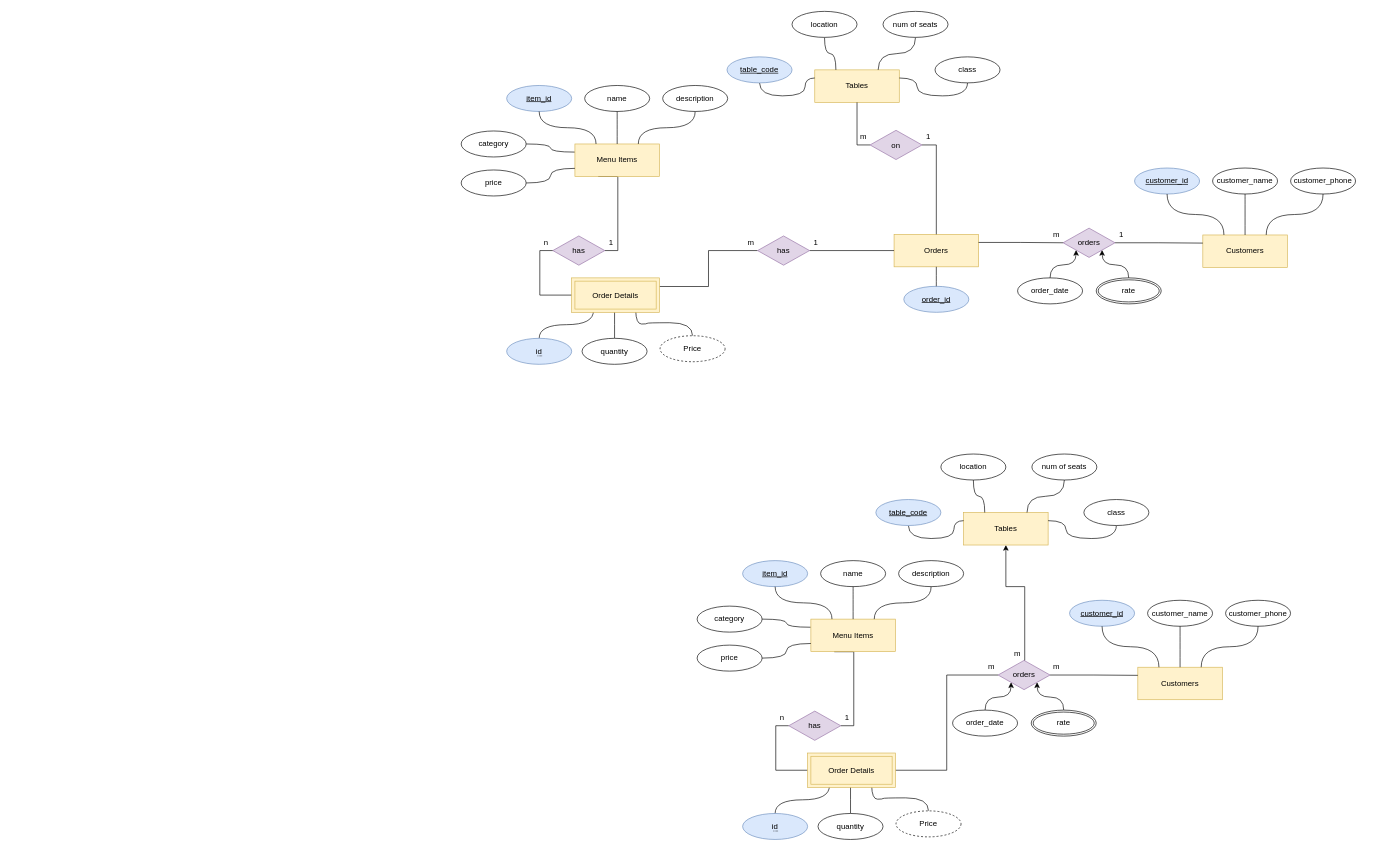
This is ER_diagram.drawio from Mohammed-Abed-Alkareem/Restaurant-Management, a draw.io file, before an edit. Source tidied: cells renumbered, new cells numbered last; positions are measured from the earlier drawing's top-left corner, leaving out a move shared by most shapes. Both pictures are drawn from the tidied source at 65%, with x=0, y=0 at pixel (461, 11).
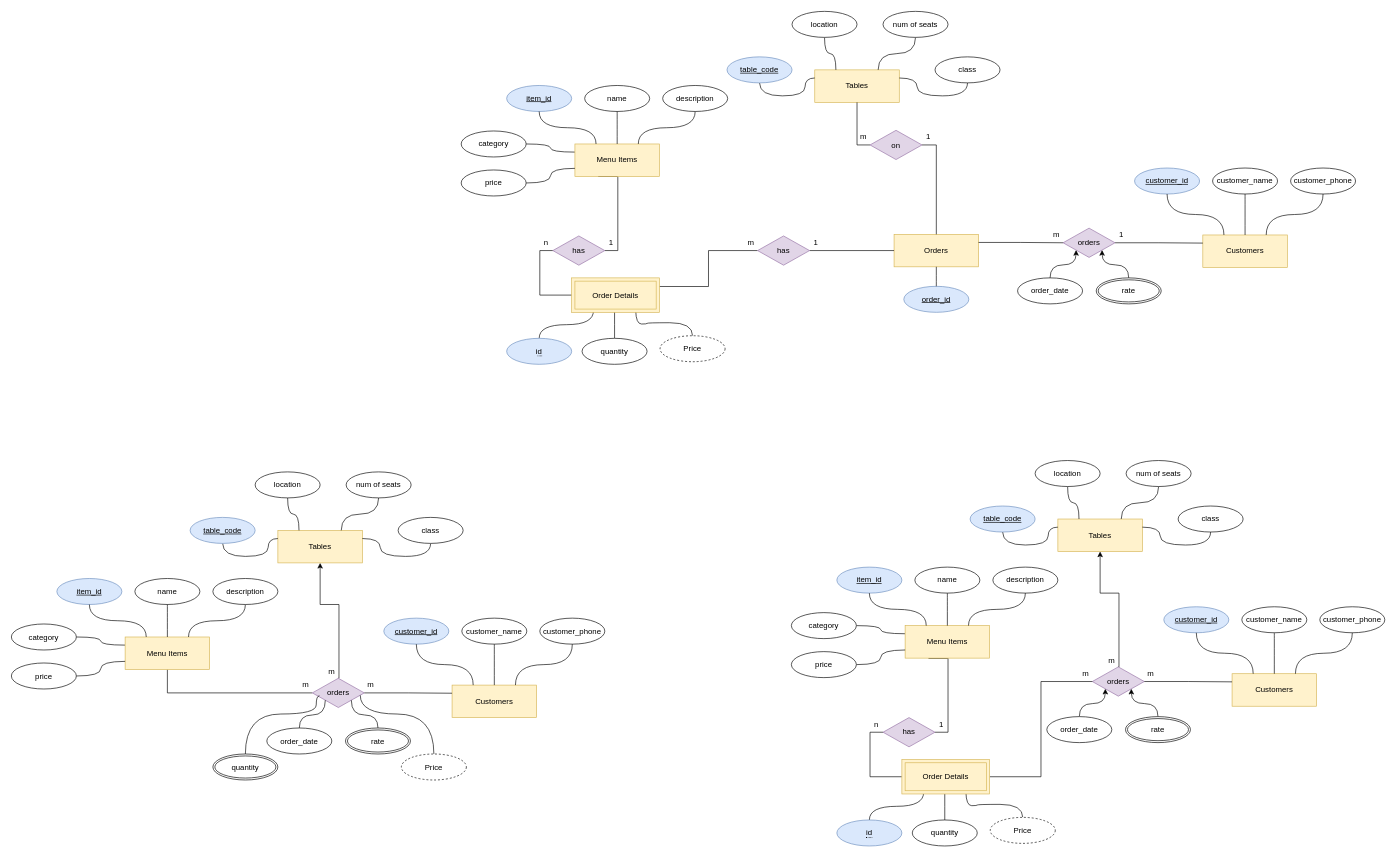
After the change.

What changed in the source:
```diff
@@
     <mxCell id="63" value="Customers" style="whiteSpace=wrap;html=1;align=center;fillColor=#fff2cc;strokeColor=#d6b656;" parent="1" vertex="1">
-      <mxGeometry x="1041" y="1009" width="130" height="50" as="geometry" />
+      <mxGeometry x="1186" y="1019" width="130" height="50" as="geometry" />
     </mxCell>
     <mxCell id="64" value="customer_id" style="ellipse;whiteSpace=wrap;html=1;align=center;fontStyle=4;fillColor=#dae8fc;strokeColor=#6c8ebf;" parent="1" vertex="1">
-      <mxGeometry x="936" y="906" width="100" height="40" as="geometry" />
+      <mxGeometry x="1081" y="916" width="100" height="40" as="geometry" />
     </mxCell>
     <mxCell id="65" value="customer_name" style="ellipse;whiteSpace=wrap;html=1;align=center;" parent="1" vertex="1">
-      <mxGeometry x="1056" y="906" width="100" height="40" as="geometry" />
+      <mxGeometry x="1201" y="916" width="100" height="40" as="geometry" />
     </mxCell>
     <mxCell id="66" value="customer_phone" style="ellipse;whiteSpace=wrap;html=1;align=center;" parent="1" vertex="1">
-      <mxGeometry x="1176" y="906" width="100" height="40" as="geometry" />
+      <mxGeometry x="1321" y="916" width="100" height="40" as="geometry" />
     </mxCell>
@@
     <mxCell id="70" style="edgeStyle=orthogonalEdgeStyle;rounded=0;jettySize=auto;html=1;exitX=0.5;exitY=0;exitDx=0;exitDy=0;entryX=0.5;entryY=1;entryDx=0;entryDy=0;" parent="1" edge="1" source="71" target="99">
       <mxGeometry relative="1" as="geometry">
         <Array as="points">
-          <mxPoint x="867" y="885" />
-          <mxPoint x="838" y="885" />
+          <mxPoint x="1012" y="895" />
+          <mxPoint x="983" y="895" />
         </Array>
       </mxGeometry>
     </mxCell>
     <mxCell id="71" value="orders" style="shape=rhombus;perimeter=rhombusPerimeter;whiteSpace=wrap;html=1;align=center;fillColor=#e1d5e7;strokeColor=#9673a6;" parent="1" vertex="1">
-      <mxGeometry x="826" y="998.5" width="80" height="45" as="geometry" />
+      <mxGeometry x="971" y="1008.5" width="80" height="45" as="geometry" />
     </mxCell>
@@
     <mxCell id="74" value="m" style="text;html=1;strokeColor=none;fillColor=none;align=center;verticalAlign=middle;whiteSpace=wrap;rounded=0;" parent="1" vertex="1">
-      <mxGeometry x="906" y="998.5" width="20" height="20" as="geometry" />
+      <mxGeometry x="1051" y="1008.5" width="20" height="20" as="geometry" />
     </mxCell>
     <mxCell id="75" value="m" style="text;html=1;strokeColor=none;fillColor=none;align=center;verticalAlign=middle;whiteSpace=wrap;rounded=0;" parent="1" vertex="1">
-      <mxGeometry x="846" y="978.5" width="20" height="20" as="geometry" />
+      <mxGeometry x="991" y="988.5" width="20" height="20" as="geometry" />
     </mxCell>
@@
     <mxCell id="77" style="edgeStyle=orthogonalEdgeStyle;rounded=0;jettySize=auto;html=1;exitX=0.5;exitY=0;exitDx=0;exitDy=0;entryX=0.25;entryY=1;entryDx=0;entryDy=0;curved=1;endArrow=none;endFill=0;" parent="1" edge="1" source="110">
       <mxGeometry relative="1" as="geometry">
-        <mxPoint x="566.5" y="1191" as="targetPoint" />
+        <mxPoint x="711.5" y="1201" as="targetPoint" />
       </mxGeometry>
     </mxCell>
     <mxCell id="78" style="edgeStyle=orthogonalEdgeStyle;rounded=0;jettySize=auto;html=1;exitX=0.5;exitY=0;exitDx=0;exitDy=0;entryX=0.5;entryY=1;entryDx=0;entryDy=0;endArrow=none;endFill=0;" parent="1" edge="1" source="79">
       <mxGeometry relative="1" as="geometry">
-        <mxPoint x="599" y="1191" as="targetPoint" />
+        <mxPoint x="744" y="1201" as="targetPoint" />
       </mxGeometry>
     </mxCell>
     <mxCell id="79" value="quantity" style="ellipse;whiteSpace=wrap;html=1;align=center;" parent="1" vertex="1">
-      <mxGeometry x="549" y="1234" width="100" height="40" as="geometry" />
+      <mxGeometry x="694" y="1244" width="100" height="40" as="geometry" />
     </mxCell>
     <mxCell id="80" style="edgeStyle=orthogonalEdgeStyle;rounded=0;jettySize=auto;html=1;exitX=0.5;exitY=0;exitDx=0;exitDy=0;entryX=0.75;entryY=1;entryDx=0;entryDy=0;curved=1;endArrow=none;endFill=0;" parent="1" edge="1" source="81">
       <mxGeometry relative="1" as="geometry">
-        <mxPoint x="631.5" y="1191" as="targetPoint" />
+        <mxPoint x="776.5" y="1201" as="targetPoint" />
       </mxGeometry>
     </mxCell>
     <mxCell id="81" value="Price" style="ellipse;whiteSpace=wrap;html=1;align=center;dashed=1;" parent="1" vertex="1">
-      <mxGeometry x="669" y="1230" width="100" height="40" as="geometry" />
+      <mxGeometry x="814" y="1240" width="100" height="40" as="geometry" />
     </mxCell>
@@
     <mxCell id="83" style="edgeStyle=orthogonalEdgeStyle;rounded=0;jettySize=auto;html=1;exitX=0.5;exitY=1;exitDx=0;exitDy=0;entryX=1;entryY=0.5;entryDx=0;entryDy=0;endArrow=none;endFill=0;" parent="1" edge="1" source="84" target="90">
       <mxGeometry relative="1" as="geometry">
         <Array as="points">
-          <mxPoint x="574" y="985" />
-          <mxPoint x="604" y="985" />
-          <mxPoint x="604" y="1099" />
+          <mxPoint x="719" y="995" />
+          <mxPoint x="749" y="995" />
+          <mxPoint x="749" y="1109" />
         </Array>
       </mxGeometry>
     </mxCell>
     <mxCell id="84" value="Menu Items" style="whiteSpace=wrap;html=1;align=center;fillColor=#fff2cc;strokeColor=#d6b656;" parent="1" vertex="1">
-      <mxGeometry x="538" y="935" width="130" height="50" as="geometry" />
+      <mxGeometry x="683" y="945" width="130" height="50" as="geometry" />
     </mxCell>
     <mxCell id="85" value="item_id" style="ellipse;whiteSpace=wrap;html=1;align=center;fontStyle=4;fillColor=#dae8fc;strokeColor=#6c8ebf;" parent="1" vertex="1">
-      <mxGeometry x="433" y="845" width="100" height="40" as="geometry" />
+      <mxGeometry x="578" y="855" width="100" height="40" as="geometry" />
     </mxCell>
     <mxCell id="86" value="name" style="ellipse;whiteSpace=wrap;html=1;align=center;" parent="1" vertex="1">
-      <mxGeometry x="553" y="845" width="100" height="40" as="geometry" />
+      <mxGeometry x="698" y="855" width="100" height="40" as="geometry" />
     </mxCell>
@@
     <mxCell id="90" value="has" style="shape=rhombus;perimeter=rhombusPerimeter;whiteSpace=wrap;html=1;align=center;fillColor=#e1d5e7;strokeColor=#9673a6;" parent="1" vertex="1">
-      <mxGeometry x="504" y="1076.5" width="80" height="45" as="geometry" />
+      <mxGeometry x="649" y="1086.5" width="80" height="45" as="geometry" />
     </mxCell>
     <mxCell id="91" value="1" style="text;html=1;strokeColor=none;fillColor=none;align=center;verticalAlign=middle;whiteSpace=wrap;rounded=0;" parent="1" vertex="1">
-      <mxGeometry x="584" y="1076.5" width="20" height="20" as="geometry" />
+      <mxGeometry x="729" y="1086.5" width="20" height="20" as="geometry" />
     </mxCell>
     <mxCell id="92" value="n" style="text;html=1;strokeColor=none;fillColor=none;align=center;verticalAlign=middle;whiteSpace=wrap;rounded=0;" parent="1" vertex="1">
-      <mxGeometry x="484" y="1076.5" width="20" height="20" as="geometry" />
+      <mxGeometry x="629" y="1086.5" width="20" height="20" as="geometry" />
     </mxCell>
     <mxCell id="93" value="description" style="ellipse;whiteSpace=wrap;html=1;align=center;" parent="1" vertex="1">
-      <mxGeometry x="673" y="845" width="100" height="40" as="geometry" />
+      <mxGeometry x="818" y="855" width="100" height="40" as="geometry" />
     </mxCell>
     <mxCell id="94" value="category" style="ellipse;whiteSpace=wrap;html=1;align=center;" parent="1" vertex="1">
-      <mxGeometry x="363" y="915" width="100" height="40" as="geometry" />
+      <mxGeometry x="508" y="925" width="100" height="40" as="geometry" />
     </mxCell>
@@
     <mxCell id="96" value="price" style="ellipse;whiteSpace=wrap;html=1;align=center;" parent="1" vertex="1">
-      <mxGeometry x="363" y="975" width="100" height="40" as="geometry" />
+      <mxGeometry x="508" y="985" width="100" height="40" as="geometry" />
     </mxCell>
@@
     <mxCell id="98" value="order_date" style="ellipse;whiteSpace=wrap;html=1;align=center;" parent="1" vertex="1">
-      <mxGeometry x="756" y="1075" width="100" height="40" as="geometry" />
+      <mxGeometry x="901" y="1085" width="100" height="40" as="geometry" />
     </mxCell>
     <mxCell id="99" value="Tables" style="whiteSpace=wrap;html=1;align=center;fillColor=#fff2cc;strokeColor=#d6b656;" parent="1" vertex="1">
-      <mxGeometry x="773" y="771" width="130" height="50" as="geometry" />
+      <mxGeometry x="918" y="781" width="130" height="50" as="geometry" />
     </mxCell>
@@
     <mxCell id="101" value="table_code" style="ellipse;whiteSpace=wrap;html=1;align=center;fontStyle=4;fillColor=#dae8fc;strokeColor=#6c8ebf;" parent="1" vertex="1">
-      <mxGeometry x="638" y="751" width="100" height="40" as="geometry" />
+      <mxGeometry x="783" y="761" width="100" height="40" as="geometry" />
     </mxCell>
@@
     <mxCell id="103" value="location" style="ellipse;whiteSpace=wrap;html=1;align=center;" parent="1" vertex="1">
-      <mxGeometry x="738" y="681" width="100" height="40" as="geometry" />
+      <mxGeometry x="883" y="691" width="100" height="40" as="geometry" />
     </mxCell>
@@
     <mxCell id="105" value="num of seats" style="ellipse;whiteSpace=wrap;html=1;align=center;" parent="1" vertex="1">
-      <mxGeometry x="878" y="681" width="100" height="40" as="geometry" />
+      <mxGeometry x="1023" y="691" width="100" height="40" as="geometry" />
     </mxCell>
@@
     <mxCell id="107" value="class" style="ellipse;whiteSpace=wrap;html=1;align=center;" parent="1" vertex="1">
-      <mxGeometry x="958" y="751" width="100" height="40" as="geometry" />
+      <mxGeometry x="1103" y="761" width="100" height="40" as="geometry" />
     </mxCell>
     <mxCell id="108" value="m" style="text;html=1;strokeColor=none;fillColor=none;align=center;verticalAlign=middle;whiteSpace=wrap;rounded=0;" parent="1" vertex="1">
-      <mxGeometry x="806" y="998.5" width="20" height="20" as="geometry" />
+      <mxGeometry x="951" y="1008.5" width="20" height="20" as="geometry" />
     </mxCell>
     <mxCell id="109" value="Order Details" style="shape=ext;margin=3;double=1;whiteSpace=wrap;html=1;align=center;fillColor=#fff2cc;strokeColor=#d6b656;" parent="1" vertex="1">
-      <mxGeometry x="533" y="1141" width="135" height="53" as="geometry" />
+      <mxGeometry x="678" y="1151" width="135" height="53" as="geometry" />
     </mxCell>
     <mxCell id="110" value="&lt;span style=&quot;border-bottom: 1px dotted&quot;&gt;id&lt;/span&gt;" style="ellipse;whiteSpace=wrap;html=1;align=center;fillColor=#dae8fc;strokeColor=#6c8ebf;" parent="1" vertex="1">
-      <mxGeometry x="433" y="1234" width="100" height="40" as="geometry" />
+      <mxGeometry x="578" y="1244" width="100" height="40" as="geometry" />
     </mxCell>
@@
     <mxCell id="112" value="rate" style="ellipse;shape=doubleEllipse;margin=3;whiteSpace=wrap;html=1;align=center;" parent="1" vertex="1">
-      <mxGeometry x="877" y="1075" width="100" height="40" as="geometry" />
+      <mxGeometry x="1022" y="1085" width="100" height="40" as="geometry" />
     </mxCell>
+    <mxCell id="113" value="Customers" style="whiteSpace=wrap;html=1;align=center;fillColor=#fff2cc;strokeColor=#d6b656;" parent="1" vertex="1">
+      <mxGeometry x="-14" y="1036.5" width="130" height="50" as="geometry" />
+    </mxCell>
+    <mxCell id="114" value="customer_id" style="ellipse;whiteSpace=wrap;html=1;align=center;fontStyle=4;fillColor=#dae8fc;strokeColor=#6c8ebf;" parent="1" vertex="1">
+      <mxGeometry x="-119" y="933.5" width="100" height="40" as="geometry" />
+    </mxCell>
+    <mxCell id="115" value="customer_name" style="ellipse;whiteSpace=wrap;html=1;align=center;" parent="1" vertex="1">
+      <mxGeometry x="1" y="933.5" width="100" height="40" as="geometry" />
+    </mxCell>
+    <mxCell id="116" value="customer_phone" style="ellipse;whiteSpace=wrap;html=1;align=center;" parent="1" vertex="1">
+      <mxGeometry x="121" y="933.5" width="100" height="40" as="geometry" />
+    </mxCell>
+    <mxCell id="117" style="endArrow=none;html=1;rounded=0;exitX=0.5;exitY=1;exitDx=0;exitDy=0;entryX=0.25;entryY=0;entryDx=0;entryDy=0;edgeStyle=orthogonalEdgeStyle;curved=1;" parent="1" edge="1" source="114" target="113">
+      <mxGeometry relative="1" as="geometry" />
+    </mxCell>
+    <mxCell id="118" style="endArrow=none;html=1;rounded=0;exitX=0.5;exitY=1;exitDx=0;exitDy=0;entryX=0.5;entryY=0;entryDx=0;entryDy=0;edgeStyle=orthogonalEdgeStyle;curved=1;" parent="1" edge="1" source="115" target="113">
+      <mxGeometry relative="1" as="geometry" />
+    </mxCell>
+    <mxCell id="119" style="endArrow=none;html=1;rounded=0;exitX=0.5;exitY=1;exitDx=0;exitDy=0;entryX=0.75;entryY=0;entryDx=0;entryDy=0;edgeStyle=orthogonalEdgeStyle;curved=1;" parent="1" edge="1" source="116" target="113">
+      <mxGeometry relative="1" as="geometry" />
+    </mxCell>
+    <mxCell id="120" style="edgeStyle=orthogonalEdgeStyle;rounded=0;jettySize=auto;html=1;exitX=0.5;exitY=0;exitDx=0;exitDy=0;entryX=0.5;entryY=1;entryDx=0;entryDy=0;" parent="1" edge="1" source="122" target="140">
+      <mxGeometry relative="1" as="geometry">
+        <Array as="points">
+          <mxPoint x="-188" y="912.5" />
+          <mxPoint x="-217" y="912.5" />
+        </Array>
+      </mxGeometry>
+    </mxCell>
+    <mxCell id="121" style="edgeStyle=orthogonalEdgeStyle;rounded=0;jettySize=auto;html=1;exitX=0;exitY=0.5;exitDx=0;exitDy=0;entryX=0.5;entryY=1;entryDx=0;entryDy=0;endArrow=none;endFill=0;" parent="1" edge="1" source="122" target="128">
+      <mxGeometry relative="1" as="geometry" />
+    </mxCell>
+    <mxCell id="122" value="orders" style="shape=rhombus;perimeter=rhombusPerimeter;whiteSpace=wrap;html=1;align=center;fillColor=#e1d5e7;strokeColor=#9673a6;" parent="1" vertex="1">
+      <mxGeometry x="-229" y="1026" width="80" height="45" as="geometry" />
+    </mxCell>
+    <mxCell id="123" style="endArrow=none;html=1;rounded=0;entryX=0;entryY=0.25;entryDx=0;entryDy=0;exitX=1;exitY=0.5;exitDx=0;exitDy=0;edgeStyle=orthogonalEdgeStyle;" parent="1" edge="1" source="122" target="113">
+      <mxGeometry relative="1" as="geometry" />
+    </mxCell>
+    <mxCell id="124" value="m" style="text;html=1;strokeColor=none;fillColor=none;align=center;verticalAlign=middle;whiteSpace=wrap;rounded=0;" parent="1" vertex="1">
+      <mxGeometry x="-149" y="1026" width="20" height="20" as="geometry" />
+    </mxCell>
+    <mxCell id="125" value="m" style="text;html=1;strokeColor=none;fillColor=none;align=center;verticalAlign=middle;whiteSpace=wrap;rounded=0;" parent="1" vertex="1">
+      <mxGeometry x="-209" y="1006" width="20" height="20" as="geometry" />
+    </mxCell>
+    <mxCell id="126" value="Price" style="ellipse;whiteSpace=wrap;html=1;align=center;dashed=1;" parent="1" vertex="1">
+      <mxGeometry x="-92" y="1142.5" width="100" height="40" as="geometry" />
+    </mxCell>
+    <mxCell id="127" style="edgeStyle=orthogonalEdgeStyle;rounded=0;jettySize=auto;html=1;exitX=0;exitY=0.25;exitDx=0;exitDy=0;entryX=1;entryY=0.5;entryDx=0;entryDy=0;curved=1;endArrow=none;endFill=0;" parent="1" edge="1" source="128" target="135">
+      <mxGeometry relative="1" as="geometry" />
+    </mxCell>
+    <mxCell id="128" value="Menu Items" style="whiteSpace=wrap;html=1;align=center;fillColor=#fff2cc;strokeColor=#d6b656;" parent="1" vertex="1">
+      <mxGeometry x="-517" y="962.5" width="130" height="50" as="geometry" />
+    </mxCell>
+    <mxCell id="129" value="item_id" style="ellipse;whiteSpace=wrap;html=1;align=center;fontStyle=4;fillColor=#dae8fc;strokeColor=#6c8ebf;" parent="1" vertex="1">
+      <mxGeometry x="-622" y="872.5" width="100" height="40" as="geometry" />
+    </mxCell>
+    <mxCell id="130" value="name" style="ellipse;whiteSpace=wrap;html=1;align=center;" parent="1" vertex="1">
+      <mxGeometry x="-502" y="872.5" width="100" height="40" as="geometry" />
+    </mxCell>
+    <mxCell id="131" style="endArrow=none;html=1;rounded=0;exitX=0.5;exitY=1;exitDx=0;exitDy=0;entryX=0.25;entryY=0;entryDx=0;entryDy=0;edgeStyle=orthogonalEdgeStyle;curved=1;" parent="1" edge="1" source="129" target="128">
+      <mxGeometry relative="1" as="geometry" />
+    </mxCell>
+    <mxCell id="132" style="endArrow=none;html=1;rounded=0;exitX=0.5;exitY=1;exitDx=0;exitDy=0;entryX=0.5;entryY=0;entryDx=0;entryDy=0;edgeStyle=orthogonalEdgeStyle;curved=1;" parent="1" edge="1" source="130" target="128">
+      <mxGeometry relative="1" as="geometry" />
+    </mxCell>
+    <mxCell id="133" style="endArrow=none;html=1;rounded=0;exitX=0.5;exitY=1;exitDx=0;exitDy=0;entryX=0.75;entryY=0;entryDx=0;entryDy=0;edgeStyle=orthogonalEdgeStyle;curved=1;" parent="1" edge="1" source="134" target="128">
+      <mxGeometry relative="1" as="geometry" />
+    </mxCell>
+    <mxCell id="134" value="description" style="ellipse;whiteSpace=wrap;html=1;align=center;" parent="1" vertex="1">
+      <mxGeometry x="-382" y="872.5" width="100" height="40" as="geometry" />
+    </mxCell>
+    <mxCell id="135" value="category" style="ellipse;whiteSpace=wrap;html=1;align=center;" parent="1" vertex="1">
+      <mxGeometry x="-692" y="942.5" width="100" height="40" as="geometry" />
+    </mxCell>
+    <mxCell id="136" style="edgeStyle=orthogonalEdgeStyle;rounded=0;jettySize=auto;html=1;exitX=1;exitY=0.5;exitDx=0;exitDy=0;entryX=0;entryY=0.75;entryDx=0;entryDy=0;curved=1;endArrow=none;endFill=0;" parent="1" edge="1" source="137" target="128">
+      <mxGeometry relative="1" as="geometry" />
+    </mxCell>
+    <mxCell id="137" value="price" style="ellipse;whiteSpace=wrap;html=1;align=center;" parent="1" vertex="1">
+      <mxGeometry x="-692" y="1002.5" width="100" height="40" as="geometry" />
+    </mxCell>
+    <mxCell id="138" style="edgeStyle=orthogonalEdgeStyle;rounded=0;jettySize=auto;html=1;exitX=0.5;exitY=0;exitDx=0;exitDy=0;entryX=0;entryY=1;entryDx=0;entryDy=0;curved=1;endArrow=none;endFill=0;" parent="1" edge="1" source="139" target="122">
+      <mxGeometry relative="1" as="geometry" />
+    </mxCell>
+    <mxCell id="139" value="order_date" style="ellipse;whiteSpace=wrap;html=1;align=center;" parent="1" vertex="1">
+      <mxGeometry x="-299" y="1102.5" width="100" height="40" as="geometry" />
+    </mxCell>
+    <mxCell id="140" value="Tables" style="whiteSpace=wrap;html=1;align=center;fillColor=#fff2cc;strokeColor=#d6b656;" parent="1" vertex="1">
+      <mxGeometry x="-282" y="798.5" width="130" height="50" as="geometry" />
+    </mxCell>
+    <mxCell id="141" style="edgeStyle=orthogonalEdgeStyle;rounded=0;jettySize=auto;html=1;exitX=0.5;exitY=1;exitDx=0;exitDy=0;entryX=0;entryY=0.25;entryDx=0;entryDy=0;curved=1;endArrow=none;endFill=0;" parent="1" edge="1" source="142" target="140">
+      <mxGeometry relative="1" as="geometry" />
+    </mxCell>
+    <mxCell id="142" value="table_code" style="ellipse;whiteSpace=wrap;html=1;align=center;fontStyle=4;fillColor=#dae8fc;strokeColor=#6c8ebf;" parent="1" vertex="1">
+      <mxGeometry x="-417" y="778.5" width="100" height="40" as="geometry" />
+    </mxCell>
+    <mxCell id="143" style="edgeStyle=orthogonalEdgeStyle;rounded=0;jettySize=auto;html=1;exitX=0.5;exitY=1;exitDx=0;exitDy=0;entryX=0.25;entryY=0;entryDx=0;entryDy=0;curved=1;endArrow=none;endFill=0;" parent="1" edge="1" source="144" target="140">
+      <mxGeometry relative="1" as="geometry" />
+    </mxCell>
+    <mxCell id="144" value="location" style="ellipse;whiteSpace=wrap;html=1;align=center;" parent="1" vertex="1">
+      <mxGeometry x="-317" y="708.5" width="100" height="40" as="geometry" />
+    </mxCell>
+    <mxCell id="145" style="edgeStyle=orthogonalEdgeStyle;rounded=0;jettySize=auto;html=1;exitX=0.5;exitY=1;exitDx=0;exitDy=0;entryX=0.75;entryY=0;entryDx=0;entryDy=0;endArrow=none;endFill=0;curved=1;" parent="1" edge="1" source="146" target="140">
+      <mxGeometry relative="1" as="geometry" />
+    </mxCell>
+    <mxCell id="146" value="num of seats" style="ellipse;whiteSpace=wrap;html=1;align=center;" parent="1" vertex="1">
+      <mxGeometry x="-177" y="708.5" width="100" height="40" as="geometry" />
+    </mxCell>
+    <mxCell id="147" style="edgeStyle=orthogonalEdgeStyle;rounded=0;jettySize=auto;html=1;exitX=0.5;exitY=1;exitDx=0;exitDy=0;entryX=1;entryY=0.25;entryDx=0;entryDy=0;curved=1;endArrow=none;endFill=0;" parent="1" edge="1" source="148" target="140">
+      <mxGeometry relative="1" as="geometry" />
+    </mxCell>
+    <mxCell id="148" value="class" style="ellipse;whiteSpace=wrap;html=1;align=center;" parent="1" vertex="1">
+      <mxGeometry x="-97" y="778.5" width="100" height="40" as="geometry" />
+    </mxCell>
+    <mxCell id="149" value="m" style="text;html=1;strokeColor=none;fillColor=none;align=center;verticalAlign=middle;whiteSpace=wrap;rounded=0;" parent="1" vertex="1">
+      <mxGeometry x="-249" y="1026" width="20" height="20" as="geometry" />
+    </mxCell>
+    <mxCell id="150" style="edgeStyle=orthogonalEdgeStyle;rounded=0;jettySize=auto;html=1;exitX=0.5;exitY=0;exitDx=0;exitDy=0;entryX=1;entryY=1;entryDx=0;entryDy=0;curved=1;endArrow=none;endFill=0;" parent="1" edge="1" source="151" target="122">
+      <mxGeometry relative="1" as="geometry" />
+    </mxCell>
+    <mxCell id="151" value="rate" style="ellipse;shape=doubleEllipse;margin=3;whiteSpace=wrap;html=1;align=center;" parent="1" vertex="1">
+      <mxGeometry x="-178" y="1102.5" width="100" height="40" as="geometry" />
+    </mxCell>
+    <mxCell id="152" style="edgeStyle=orthogonalEdgeStyle;rounded=0;jettySize=auto;html=1;exitX=0.5;exitY=0;exitDx=0;exitDy=0;entryX=0.922;entryY=0.583;entryDx=0;entryDy=0;entryPerimeter=0;curved=1;endArrow=none;endFill=0;" parent="1" edge="1" source="126" target="122">
+      <mxGeometry relative="1" as="geometry">
+        <Array as="points">
+          <mxPoint x="-42" y="1081" />
+          <mxPoint x="-155" y="1081" />
+        </Array>
+      </mxGeometry>
+    </mxCell>
+    <mxCell id="153" style="edgeStyle=orthogonalEdgeStyle;rounded=0;jettySize=auto;html=1;exitX=0.5;exitY=0;exitDx=0;exitDy=0;entryX=0.137;entryY=0.599;entryDx=0;entryDy=0;entryPerimeter=0;curved=1;endArrow=none;endFill=0;" parent="1" edge="1" source="154" target="122">
+      <mxGeometry relative="1" as="geometry">
+        <Array as="points">
+          <mxPoint x="-332" y="1081" />
+          <mxPoint x="-223" y="1081" />
+          <mxPoint x="-223" y="1053" />
+        </Array>
+      </mxGeometry>
+    </mxCell>
+    <mxCell id="154" value="quantity" style="ellipse;shape=doubleEllipse;margin=3;whiteSpace=wrap;html=1;align=center;" parent="1" vertex="1">
+      <mxGeometry x="-382" y="1142.5" width="100" height="40" as="geometry" />
+    </mxCell>
```
